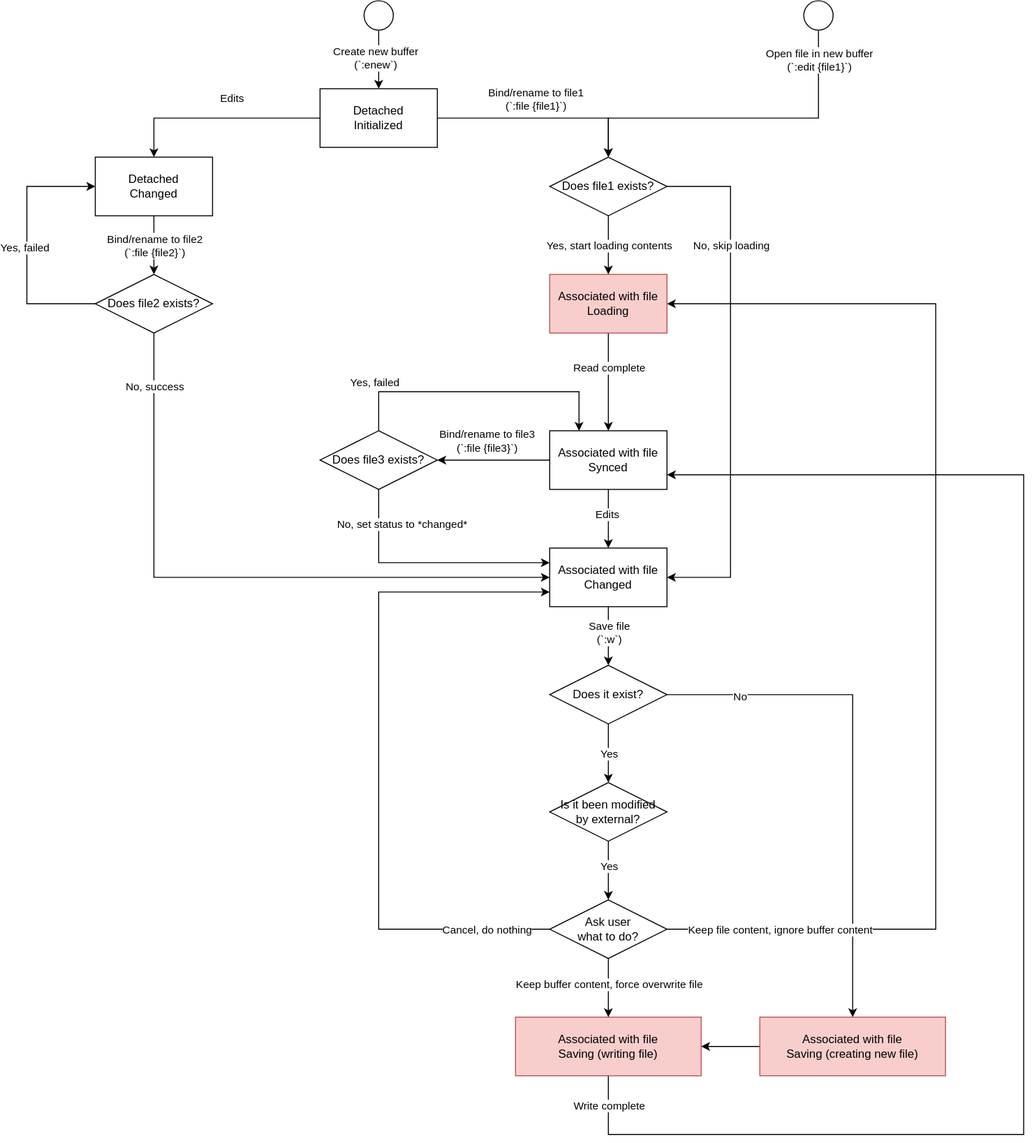
The draw.io diagram images/4-WindowsAndBuffers-1-FileBuffer.1.drawio.svg in rsvim/rfc, before a commit. Source tidied: cells renumbered, new cells last; positions are measured from the earlier drawing's top-left corner, leaving out a move shared by most shapes.
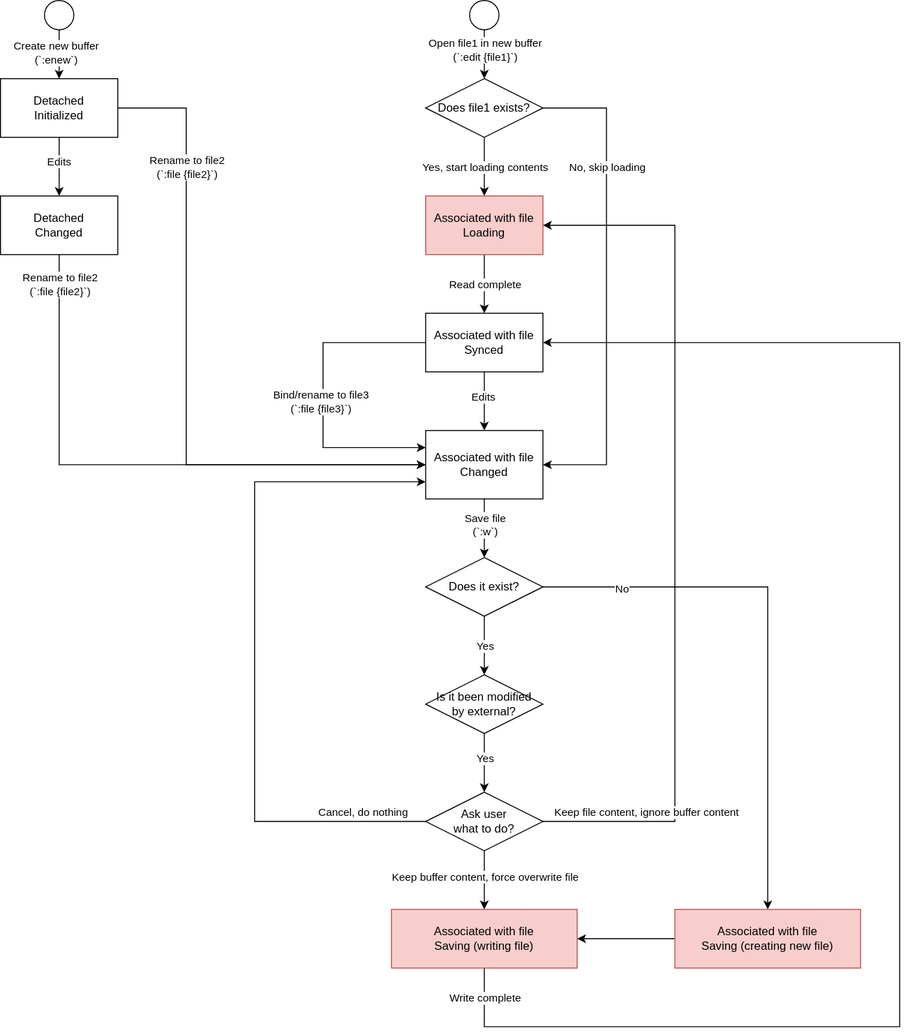
The same file after the commit.

Commit message:
Update normal buffer status

What changed in the source:
```diff
@@ -2,41 +2,38 @@
   <root>
     <mxCell id="0" />
     <mxCell id="1" parent="0" />
-    <mxCell id="2" style="edgeStyle=orthogonalEdgeStyle;rounded=0;jettySize=auto;html=1;entryX=0.5;entryY=0;entryDx=0;entryDy=0;" parent="1" edge="1" source="5" target="30">
-      <mxGeometry relative="1" as="geometry" />
+    <mxCell id="2" style="edgeStyle=orthogonalEdgeStyle;rounded=0;jettySize=auto;html=1;entryX=0;entryY=0.5;entryDx=0;entryDy=0;exitX=1;exitY=0.5;exitDx=0;exitDy=0;" parent="1" edge="1" source="5" target="17">
+      <mxGeometry relative="1" as="geometry">
+        <Array as="points">
+          <mxPoint x="290" y="110" />
+          <mxPoint x="290" y="475" />
+        </Array>
+      </mxGeometry>
     </mxCell>
-    <mxCell id="3" value="Bind/rename to file1&lt;br&gt;(`:file {file1}`)" style="edgeLabel;html=1;align=center;verticalAlign=middle;" parent="2" vertex="1">
+    <mxCell id="3" value="Rename to file2&lt;br&gt;(`:file {file2}`)" style="edgeLabel;html=1;align=center;verticalAlign=middle;" parent="2" vertex="1">
       <mxGeometry x="-0.29" relative="1" as="geometry">
-        <mxPoint x="23" y="-20" as="offset" />
+        <mxPoint y="-113" as="offset" />
       </mxGeometry>
     </mxCell>
     <mxCell id="4" value="Edits" style="edgeStyle=orthogonalEdgeStyle;rounded=0;jettySize=auto;html=1;entryX=0.5;entryY=0;entryDx=0;entryDy=0;" parent="1" edge="1" source="5" target="11">
-      <mxGeometry x="-0.14" y="-20" relative="1" as="geometry" />
+      <mxGeometry x="-0.18" relative="1" as="geometry" />
     </mxCell>
     <mxCell id="5" value="Detached&lt;br&gt;Initialized" style="rounded=0;whiteSpace=wrap;html=1;" parent="1" vertex="1">
-      <mxGeometry x="300" y="90" width="120" height="60" as="geometry" />
+      <mxGeometry x="100" y="80" width="120" height="60" as="geometry" />
     </mxCell>
     <mxCell id="6" style="edgeStyle=orthogonalEdgeStyle;rounded=0;jettySize=auto;html=1;entryX=0.5;entryY=0;entryDx=0;entryDy=0;" parent="1" edge="1" source="8" target="16">
       <mxGeometry relative="1" as="geometry" />
     </mxCell>
     <mxCell id="7" value="Read complete" style="edgeLabel;html=1;align=center;verticalAlign=middle;" parent="6" vertex="1">
       <mxGeometry x="-0.27" y="4" relative="1" as="geometry">
-        <mxPoint x="-4" y="-2" as="offset" />
+        <mxPoint x="-4" y="8" as="offset" />
       </mxGeometry>
     </mxCell>
     <mxCell id="8" value="Associated with file&lt;br&gt;Loading" style="rounded=0;whiteSpace=wrap;html=1;fillColor=#f8cecc;strokeColor=#b85450;" parent="1" vertex="1">
-      <mxGeometry x="535" y="280" width="120" height="60" as="geometry" />
+      <mxGeometry x="535" y="200" width="120" height="60" as="geometry" />
     </mxCell>
-    <mxCell id="9" style="edgeStyle=orthogonalEdgeStyle;rounded=0;jettySize=auto;html=1;entryX=0.5;entryY=0;entryDx=0;entryDy=0;" parent="1" edge="1" source="11" target="25">
-      <mxGeometry relative="1" as="geometry" />
-    </mxCell>
-    <mxCell id="10" value="Bind/rename to file2&lt;br&gt;(`:file {file2}`)" style="edgeLabel;html=1;align=center;verticalAlign=middle;" parent="9" vertex="1">
-      <mxGeometry x="-0.38" relative="1" as="geometry">
-        <mxPoint y="11" as="offset" />
-      </mxGeometry>
-    </mxCell>
     <mxCell id="11" value="Detached&lt;br&gt;Changed" style="rounded=0;whiteSpace=wrap;html=1;" parent="1" vertex="1">
-      <mxGeometry x="70" y="160" width="120" height="60" as="geometry" />
+      <mxGeometry x="100" y="200" width="120" height="60" as="geometry" />
     </mxCell>
     <mxCell id="12" style="edgeStyle=orthogonalEdgeStyle;rounded=0;jettySize=auto;html=1;entryX=0.5;entryY=0;entryDx=0;entryDy=0;" parent="1" edge="1" source="16" target="17">
       <mxGeometry relative="1" as="geometry" />
@@ -44,63 +41,55 @@
     <mxCell id="13" value="Edits" style="edgeLabel;html=1;align=center;verticalAlign=middle;" parent="12" vertex="1">
       <mxGeometry x="-0.15" y="-2" relative="1" as="geometry" />
     </mxCell>
-    <mxCell id="14" style="edgeStyle=orthogonalEdgeStyle;rounded=0;jettySize=auto;html=1;entryX=1;entryY=0.5;entryDx=0;entryDy=0;" parent="1" edge="1" source="16" target="35">
-      <mxGeometry relative="1" as="geometry" />
+    <mxCell id="14" style="edgeStyle=orthogonalEdgeStyle;rounded=0;jettySize=auto;html=1;entryX=0;entryY=0.25;entryDx=0;entryDy=0;" parent="1" edge="1" source="16" target="17">
+      <mxGeometry relative="1" as="geometry">
+        <Array as="points">
+          <mxPoint x="430" y="350" />
+          <mxPoint x="430" y="458" />
+        </Array>
+      </mxGeometry>
     </mxCell>
     <mxCell id="15" value="Bind/rename to file3&lt;br&gt;(`:file {file3}`)" style="edgeLabel;html=1;align=center;verticalAlign=middle;" parent="14" vertex="1">
       <mxGeometry x="0.16" y="-4" relative="1" as="geometry">
-        <mxPoint x="1" y="-16" as="offset" />
+        <mxPoint x="1" y="-18" as="offset" />
       </mxGeometry>
     </mxCell>
     <mxCell id="16" value="Associated with file&lt;br&gt;Synced" style="rounded=0;whiteSpace=wrap;html=1;" parent="1" vertex="1">
-      <mxGeometry x="535" y="440" width="120" height="60" as="geometry" />
+      <mxGeometry x="535" y="320" width="120" height="60" as="geometry" />
     </mxCell>
     <mxCell id="17" value="Associated with file&lt;br&gt;Changed" style="rounded=0;whiteSpace=wrap;html=1;" parent="1" vertex="1">
-      <mxGeometry x="535" y="560" width="120" height="60" as="geometry" />
+      <mxGeometry x="535" y="440" width="120" height="70" as="geometry" />
     </mxCell>
-    <mxCell id="18" style="edgeStyle=orthogonalEdgeStyle;rounded=0;jettySize=auto;html=1;entryX=1;entryY=0.75;entryDx=0;entryDy=0;exitX=0.5;exitY=1;exitDx=0;exitDy=0;" parent="1" edge="1" source="20" target="16">
+    <mxCell id="18" style="edgeStyle=orthogonalEdgeStyle;rounded=0;jettySize=auto;html=1;exitX=0.5;exitY=1;exitDx=0;exitDy=0;" parent="1" edge="1" source="20">
       <mxGeometry relative="1" as="geometry">
+        <mxPoint x="655" y="350" as="targetPoint" />
         <Array as="points">
-          <mxPoint x="595" y="1160" />
-          <mxPoint x="1020" y="1160" />
-          <mxPoint x="1020" y="485" />
+          <mxPoint x="595" y="1050" />
+          <mxPoint x="1020" y="1050" />
+          <mxPoint x="1020" y="350" />
         </Array>
       </mxGeometry>
     </mxCell>
     <mxCell id="19" value="Write complete" style="edgeLabel;html=1;align=center;verticalAlign=middle;" parent="18" vertex="1">
       <mxGeometry x="-0.02" y="1" relative="1" as="geometry">
-        <mxPoint x="-424" y="229" as="offset" />
+        <mxPoint x="-424" y="241" as="offset" />
       </mxGeometry>
     </mxCell>
     <mxCell id="20" value="Associated with file&lt;br&gt;Saving (writing file)" style="rounded=0;whiteSpace=wrap;html=1;fillColor=#f8cecc;strokeColor=#b85450;" parent="1" vertex="1">
-      <mxGeometry x="500" y="1040" width="190" height="60" as="geometry" />
+      <mxGeometry x="500" y="930" width="190" height="60" as="geometry" />
     </mxCell>
-    <mxCell id="21" style="edgeStyle=orthogonalEdgeStyle;rounded=0;jettySize=auto;html=1;entryX=0;entryY=0.5;entryDx=0;entryDy=0;" parent="1" edge="1" source="25" target="11">
-      <mxGeometry relative="1" as="geometry">
-        <Array as="points">
-          <mxPoint y="310" />
-          <mxPoint y="190" />
-        </Array>
-      </mxGeometry>
-    </mxCell>
-    <mxCell id="22" value="Yes, failed" style="edgeLabel;html=1;align=center;verticalAlign=middle;" parent="21" vertex="1">
-      <mxGeometry x="-0.02" y="3" relative="1" as="geometry" />
-    </mxCell>
-    <mxCell id="23" style="edgeStyle=orthogonalEdgeStyle;rounded=0;jettySize=auto;html=1;entryX=0;entryY=0.5;entryDx=0;entryDy=0;" parent="1" edge="1" source="25" target="17">
+    <mxCell id="23" style="edgeStyle=orthogonalEdgeStyle;rounded=0;jettySize=auto;html=1;entryX=0;entryY=0.5;entryDx=0;entryDy=0;exitX=0.5;exitY=1;exitDx=0;exitDy=0;" parent="1" edge="1" source="11" target="17">
       <mxGeometry relative="1" as="geometry">
         <Array as="points">
-          <mxPoint x="130" y="590" />
+          <mxPoint x="160" y="475" />
         </Array>
       </mxGeometry>
     </mxCell>
-    <mxCell id="24" value="No, success" style="edgeLabel;html=1;align=center;verticalAlign=middle;" parent="23" vertex="1">
+    <mxCell id="24" value="Rename to file2&lt;br&gt;(`:file {file2}`)" style="edgeLabel;html=1;align=center;verticalAlign=middle;" parent="23" vertex="1">
       <mxGeometry x="-0.16" relative="1" as="geometry">
-        <mxPoint x="-25" y="-196" as="offset" />
+        <mxPoint x="-33" y="-185" as="offset" />
       </mxGeometry>
     </mxCell>
-    <mxCell id="25" value="Does file2 exists?" style="rhombus;whiteSpace=wrap;html=1;" parent="1" vertex="1">
-      <mxGeometry x="70" y="280" width="120" height="60" as="geometry" />
-    </mxCell>
     <mxCell id="26" style="edgeStyle=orthogonalEdgeStyle;rounded=0;jettySize=auto;html=1;entryX=0.5;entryY=0;entryDx=0;entryDy=0;" parent="1" edge="1" source="30" target="8">
       <mxGeometry relative="1" as="geometry" />
     </mxCell>
@@ -112,47 +101,19 @@
     <mxCell id="28" style="edgeStyle=orthogonalEdgeStyle;rounded=0;jettySize=auto;html=1;entryX=1;entryY=0.5;entryDx=0;entryDy=0;exitX=1;exitY=0.5;exitDx=0;exitDy=0;" parent="1" edge="1" source="30" target="17">
       <mxGeometry relative="1" as="geometry">
         <Array as="points">
-          <mxPoint x="720" y="190" />
-          <mxPoint x="720" y="590" />
+          <mxPoint x="720" y="110" />
+          <mxPoint x="720" y="475" />
         </Array>
       </mxGeometry>
     </mxCell>
     <mxCell id="29" value="No, skip loading" style="edgeLabel;html=1;align=center;verticalAlign=middle;" parent="28" vertex="1">
       <mxGeometry x="-0.01" y="-1" relative="1" as="geometry">
-        <mxPoint x="1" y="-138" as="offset" />
+        <mxPoint x="1" y="-121" as="offset" />
       </mxGeometry>
     </mxCell>
     <mxCell id="30" value="Does file1 exists?" style="rhombus;whiteSpace=wrap;html=1;" parent="1" vertex="1">
-      <mxGeometry x="535" y="160" width="120" height="60" as="geometry" />
+      <mxGeometry x="535" y="80" width="120" height="60" as="geometry" />
     </mxCell>
-    <mxCell id="31" style="edgeStyle=orthogonalEdgeStyle;rounded=0;jettySize=auto;html=1;entryX=0.25;entryY=0;entryDx=0;entryDy=0;exitX=0.5;exitY=0;exitDx=0;exitDy=0;" parent="1" edge="1" source="35" target="16">
-      <mxGeometry relative="1" as="geometry">
-        <Array as="points">
-          <mxPoint x="360" y="400" />
-          <mxPoint x="565" y="400" />
-        </Array>
-      </mxGeometry>
-    </mxCell>
-    <mxCell id="32" value="Yes, failed" style="edgeLabel;html=1;align=center;verticalAlign=middle;" parent="31" vertex="1">
-      <mxGeometry x="-0.43" y="2" relative="1" as="geometry">
-        <mxPoint x="-47" y="-8" as="offset" />
-      </mxGeometry>
-    </mxCell>
-    <mxCell id="33" style="edgeStyle=orthogonalEdgeStyle;rounded=0;jettySize=auto;html=1;entryX=0;entryY=0.25;entryDx=0;entryDy=0;exitX=0.5;exitY=1;exitDx=0;exitDy=0;" parent="1" edge="1" source="35" target="17">
-      <mxGeometry relative="1" as="geometry">
-        <Array as="points">
-          <mxPoint x="360" y="575" />
-        </Array>
-      </mxGeometry>
-    </mxCell>
-    <mxCell id="34" value="No, set status to *changed*" style="edgeLabel;html=1;align=center;verticalAlign=middle;" parent="33" vertex="1">
-      <mxGeometry x="-0.25" y="-2" relative="1" as="geometry">
-        <mxPoint x="4" y="-42" as="offset" />
-      </mxGeometry>
-    </mxCell>
-    <mxCell id="35" value="Does file3 exists?" style="rhombus;whiteSpace=wrap;html=1;" parent="1" vertex="1">
-      <mxGeometry x="300" y="440" width="120" height="60" as="geometry" />
-    </mxCell>
     <mxCell id="36" style="edgeStyle=orthogonalEdgeStyle;rounded=0;jettySize=auto;html=1;entryX=0.5;entryY=0;entryDx=0;entryDy=0;" parent="1" edge="1" source="17" target="45">
       <mxGeometry relative="1" as="geometry" />
     </mxCell>
@@ -170,7 +131,7 @@
       </mxGeometry>
     </mxCell>
     <mxCell id="40" value="Is it been modified&lt;br&gt;by external?" style="rhombus;whiteSpace=wrap;html=1;" parent="1" vertex="1">
-      <mxGeometry x="535" y="800" width="120" height="60" as="geometry" />
+      <mxGeometry x="535" y="690" width="120" height="60" as="geometry" />
     </mxCell>
     <mxCell id="41" style="edgeStyle=orthogonalEdgeStyle;rounded=0;jettySize=auto;html=1;entryX=0.5;entryY=0;entryDx=0;entryDy=0;" parent="1" edge="1" source="45" target="47">
       <mxGeometry relative="1" as="geometry" />
@@ -187,17 +148,18 @@
       </mxGeometry>
     </mxCell>
     <mxCell id="45" value="Does it exist?" style="rhombus;whiteSpace=wrap;html=1;" parent="1" vertex="1">
-      <mxGeometry x="535" y="680" width="120" height="60" as="geometry" />
+      <mxGeometry x="535" y="570" width="120" height="60" as="geometry" />
     </mxCell>
     <mxCell id="46" style="edgeStyle=orthogonalEdgeStyle;rounded=0;jettySize=auto;html=1;entryX=1;entryY=0.5;entryDx=0;entryDy=0;exitX=0;exitY=0.5;exitDx=0;exitDy=0;" parent="1" edge="1" source="47" target="20">
       <mxGeometry relative="1" as="geometry">
         <Array as="points">
-          <mxPoint x="750" y="1070" />
+          <mxPoint x="710" y="960" />
+          <mxPoint x="710" y="960" />
         </Array>
       </mxGeometry>
     </mxCell>
     <mxCell id="47" value="Associated with file&lt;br&gt;Saving (creating new file)" style="rounded=0;whiteSpace=wrap;html=1;fillColor=#f8cecc;strokeColor=#b85450;" parent="1" vertex="1">
-      <mxGeometry x="750" y="1040" width="190" height="60" as="geometry" />
+      <mxGeometry x="790" y="930" width="190" height="60" as="geometry" />
     </mxCell>
     <mxCell id="48" style="edgeStyle=orthogonalEdgeStyle;rounded=0;jettySize=auto;html=1;entryX=0.5;entryY=0;entryDx=0;entryDy=0;" parent="1" edge="1" source="54" target="20">
       <mxGeometry relative="1" as="geometry" />
@@ -208,31 +170,31 @@
     <mxCell id="50" style="edgeStyle=orthogonalEdgeStyle;rounded=0;jettySize=auto;html=1;entryX=0;entryY=0.75;entryDx=0;entryDy=0;exitX=0;exitY=0.5;exitDx=0;exitDy=0;" parent="1" edge="1" source="54" target="17">
       <mxGeometry relative="1" as="geometry">
         <Array as="points">
-          <mxPoint x="360" y="950" />
-          <mxPoint x="360" y="605" />
+          <mxPoint x="360" y="840" />
+          <mxPoint x="360" y="493" />
         </Array>
       </mxGeometry>
     </mxCell>
     <mxCell id="51" value="Cancel, do nothing" style="edgeLabel;html=1;align=center;verticalAlign=middle;" parent="50" vertex="1">
       <mxGeometry x="-0.71" y="-2" relative="1" as="geometry">
-        <mxPoint x="35" y="2" as="offset" />
+        <mxPoint x="35" y="-8" as="offset" />
       </mxGeometry>
     </mxCell>
     <mxCell id="52" style="edgeStyle=orthogonalEdgeStyle;rounded=0;jettySize=auto;html=1;entryX=1;entryY=0.5;entryDx=0;entryDy=0;exitX=1;exitY=0.5;exitDx=0;exitDy=0;" parent="1" edge="1" source="54" target="8">
       <mxGeometry relative="1" as="geometry">
         <Array as="points">
-          <mxPoint x="930" y="950" />
-          <mxPoint x="930" y="310" />
+          <mxPoint x="790" y="840" />
+          <mxPoint x="790" y="230" />
         </Array>
       </mxGeometry>
     </mxCell>
     <mxCell id="53" value="Keep file content, ignore buffer content" style="edgeLabel;html=1;align=center;verticalAlign=middle;" parent="52" vertex="1">
       <mxGeometry x="-0.85" y="3" relative="1" as="geometry">
-        <mxPoint x="27" y="3" as="offset" />
+        <mxPoint x="40" y="-7" as="offset" />
       </mxGeometry>
     </mxCell>
     <mxCell id="54" value="Ask user&lt;br&gt;what to do?" style="rhombus;whiteSpace=wrap;html=1;" parent="1" vertex="1">
-      <mxGeometry x="535" y="920" width="120" height="60" as="geometry" />
+      <mxGeometry x="535" y="810" width="120" height="60" as="geometry" />
     </mxCell>
     <mxCell id="55" style="edgeStyle=orthogonalEdgeStyle;rounded=0;jettySize=auto;html=1;entryX=0.5;entryY=0;entryDx=0;entryDy=0;exitX=0.5;exitY=1;exitDx=0;exitDy=0;" parent="1" edge="1" source="57" target="5">
       <mxGeometry relative="1" as="geometry" />
@@ -243,23 +205,23 @@
       </mxGeometry>
     </mxCell>
     <mxCell id="57" style="ellipse;whiteSpace=wrap;html=1;" parent="1" vertex="1">
-      <mxGeometry x="345" width="30" height="30" as="geometry" />
+      <mxGeometry x="145" width="30" height="30" as="geometry" />
     </mxCell>
     <mxCell id="58" style="edgeStyle=orthogonalEdgeStyle;rounded=0;jettySize=auto;html=1;entryX=0.5;entryY=0;entryDx=0;entryDy=0;" parent="1" edge="1" source="60" target="30">
       <mxGeometry relative="1" as="geometry">
         <Array as="points">
-          <mxPoint x="810" y="120" />
-          <mxPoint x="595" y="120" />
+          <mxPoint x="595" y="70" />
+          <mxPoint x="595" y="70" />
         </Array>
       </mxGeometry>
     </mxCell>
-    <mxCell id="59" value="Open file in new buffer&lt;br&gt;(`:edit {file1}`)" style="edgeLabel;html=1;align=center;verticalAlign=middle;" parent="58" vertex="1">
+    <mxCell id="59" value="Open file1 in new buffer&lt;br&gt;(`:edit {file1}`)" style="edgeLabel;html=1;align=center;verticalAlign=middle;" parent="58" vertex="1">
       <mxGeometry x="-0.17" y="-2" relative="1" as="geometry">
-        <mxPoint x="54" y="-58" as="offset" />
+        <mxPoint x="2" y="-1" as="offset" />
       </mxGeometry>
     </mxCell>
     <mxCell id="60" style="ellipse;whiteSpace=wrap;html=1;" parent="1" vertex="1">
-      <mxGeometry x="795" width="30" height="30" as="geometry" />
+      <mxGeometry x="580" width="30" height="30" as="geometry" />
     </mxCell>
   </root>
 </mxGraphModel>
```
